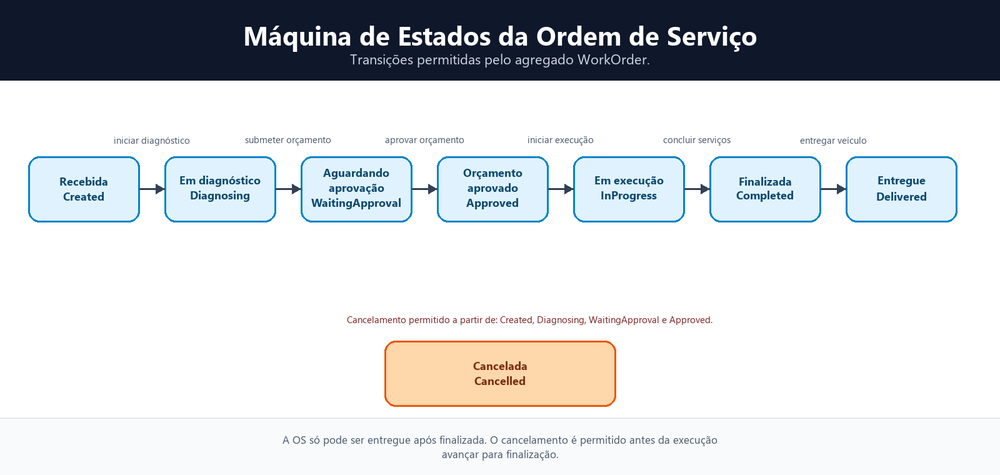
Above: docs/ddd/diagrams/images/work-order-state-machine.png in DiegoRugue/GarageFlow (Mermaid), before the change. Its source is kept beside it as docs/ddd/diagrams/source/work-order-state-machine.mmd.
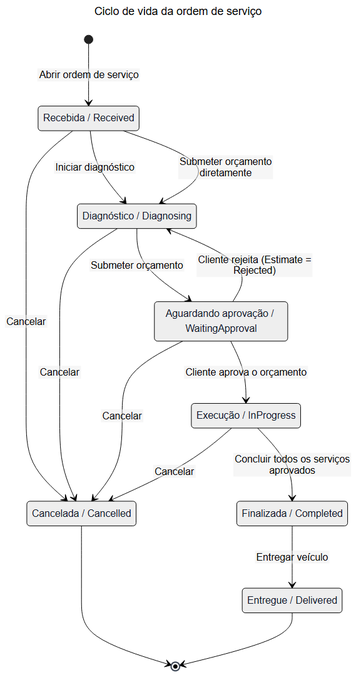
After the change.

What changed in the source:
```diff
@@ -1,24 +1,27 @@
+---
+title: Ciclo de vida da ordem de serviço
+---
 stateDiagram-v2
-    [*] --> Created: Criar OS
-    Created: Recebida / Created
-    Diagnosing: Em diagnóstico / Diagnosing
+    [*] --> Received: Abrir ordem de serviço
+    Received: Recebida / Received
+    Diagnosing: Diagnóstico / Diagnosing
     WaitingApproval: Aguardando aprovação / WaitingApproval
-    Approved: Orçamento aprovado / Approved
-    InProgress: Em execução / InProgress
+    InProgress: Execução / InProgress
     Completed: Finalizada / Completed
     Delivered: Entregue / Delivered
     Cancelled: Cancelada / Cancelled
 
-    Created --> Diagnosing: Iniciar diagnóstico
-    Created --> Diagnosing: Submeter orçamento sem diagnóstico prévio
+    Received --> Diagnosing: Iniciar diagnóstico
+    Received --> Diagnosing: Submeter orçamento diretamente
     Diagnosing --> WaitingApproval: Submeter orçamento
-    Created --> Cancelled: Cancelar
+    WaitingApproval --> InProgress: Cliente aprova o orçamento
+    WaitingApproval --> Diagnosing: Cliente rejeita (Estimate = Rejected)
+    InProgress --> Completed: Concluir todos os serviços aprovados
+    Completed --> Delivered: Entregar veículo
+
+    Received --> Cancelled: Cancelar
     Diagnosing --> Cancelled: Cancelar
-    WaitingApproval --> Approved: Cliente aprova orçamento
     WaitingApproval --> Cancelled: Cancelar
-    Approved --> InProgress: Iniciar execução ou iniciar serviço
-    Approved --> Cancelled: Cancelar
-    InProgress --> Completed: Todos os serviços aprovados concluídos
-    Completed --> Delivered: Entregar veículo
+    InProgress --> Cancelled: Cancelar
     Cancelled --> [*]
     Delivered --> [*]
```
